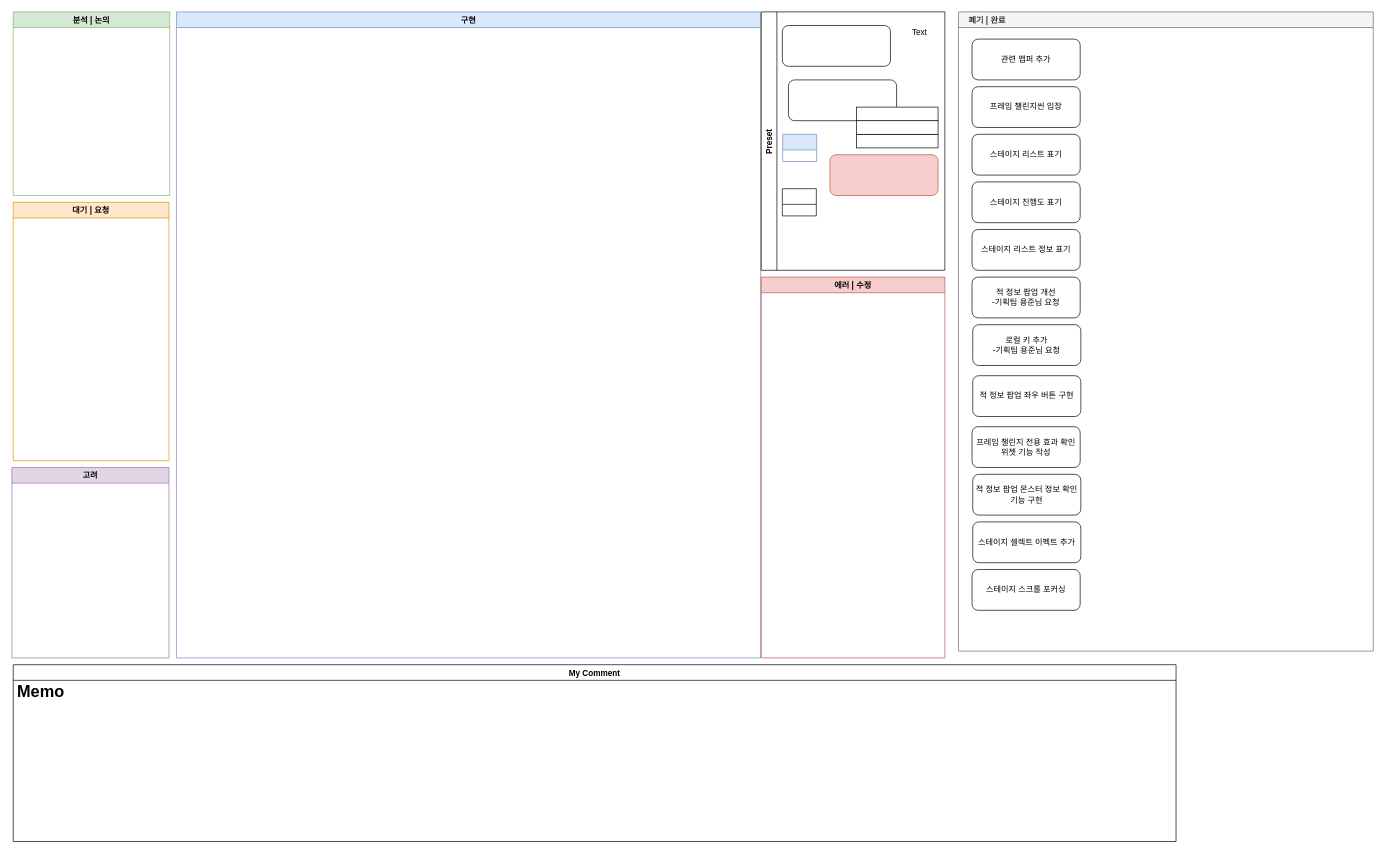
Earlier version of the draw.io diagram 로그라이트.drawio (Endorr/Job-Board). Source tidied: cells renumbered, new cells numbered last; positions are measured from the earlier drawing's top-left corner, leaving out a move shared by most shapes. Both pictures are drawn from the tidied source at 68%, with x=0, y=0 at pixel (12, 12).
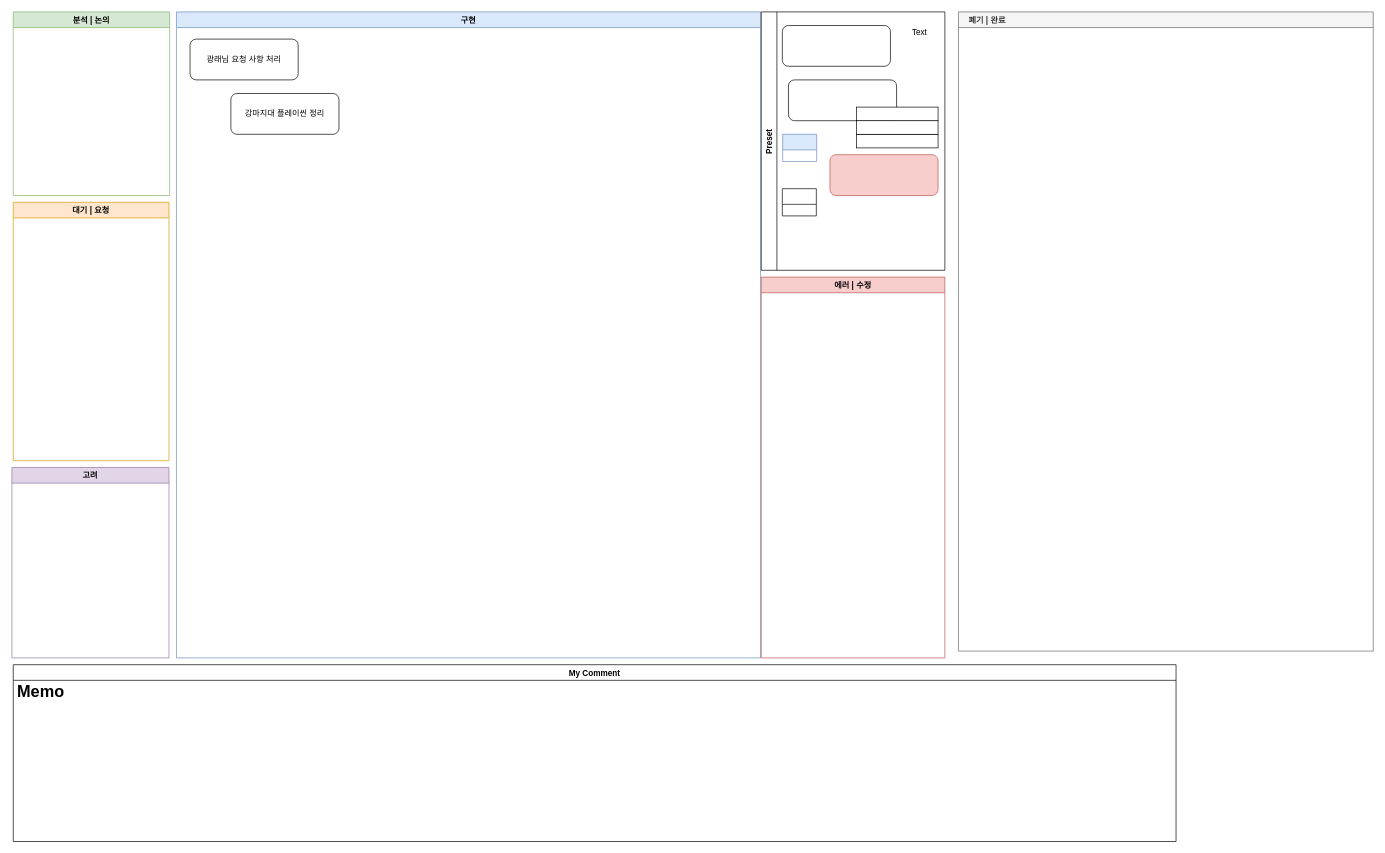
The same page after the edit.

Commit message:
로그라이트.drawio 업데이트

Unchanged cells that the change refers to:
```xml
<mxCell id="2" value="구현" style="swimlane;fillColor=#dae8fc;strokeColor=#6c8ebf;" parent="1" vertex="1">
  <mxGeometry x="242" width="859" height="950" as="geometry" />
</mxCell>
<mxCell id="5" value="    폐기 | 완료" style="swimlane;strokeColor=#666666;fillColor=#f5f5f5;fontColor=#333333;align=left;" parent="1" vertex="1">
  <mxGeometry x="1392" width="610" height="940" as="geometry" />
</mxCell>
```

What changed in the source:
```diff
@@
+    <mxCell id="33" value="광래님 요청 사항 처리" style="rounded=1;whiteSpace=wrap;html=1;" parent="2" vertex="1">
+      <mxGeometry x="20" y="40" width="159" height="60" as="geometry" />
+    </mxCell>
+    <mxCell id="34" value="강마지대 플레이씬 정리" style="rounded=1;whiteSpace=wrap;html=1;" parent="2" vertex="1">
+      <mxGeometry x="80" y="120" width="159" height="60" as="geometry" />
+    </mxCell>
@@
-    <mxCell id="6" value="프레임 챌린지씬 입장" style="rounded=1;whiteSpace=wrap;html=1;" parent="5" vertex="1">
-      <mxGeometry x="20" y="110" width="159" height="60" as="geometry" />
-    </mxCell>
-    <mxCell id="7" value="관련 맵퍼 추가" style="rounded=1;whiteSpace=wrap;html=1;" parent="5" vertex="1">
-      <mxGeometry x="20" y="40" width="159" height="60" as="geometry" />
-    </mxCell>
-    <mxCell id="8" value="스테이지 리스트 표기" style="rounded=1;whiteSpace=wrap;html=1;" parent="5" vertex="1">
-      <mxGeometry x="20" y="180" width="159" height="60" as="geometry" />
-    </mxCell>
-    <mxCell id="9" value="스테이지 진행도 표기" style="rounded=1;whiteSpace=wrap;html=1;" parent="5" vertex="1">
-      <mxGeometry x="20" y="250" width="159" height="60" as="geometry" />
-    </mxCell>
-    <mxCell id="10" value="스테이지 리스트 정보 표기" style="rounded=1;whiteSpace=wrap;html=1;" parent="5" vertex="1">
-      <mxGeometry x="20" y="320" width="159" height="60" as="geometry" />
-    </mxCell>
-    <mxCell id="11" value="적 정보 팝업 개선&lt;br&gt;-기획팀 용준님 요청" style="rounded=1;whiteSpace=wrap;html=1;" parent="5" vertex="1">
-      <mxGeometry x="20" y="390" width="159" height="60" as="geometry" />
-    </mxCell>
-    <mxCell id="12" value="로컬 키 추가&lt;br&gt;-기획팀 용준님 요청" style="rounded=1;whiteSpace=wrap;html=1;" parent="5" vertex="1">
-      <mxGeometry x="21" y="460" width="159" height="60" as="geometry" />
-    </mxCell>
-    <mxCell id="13" value="적 정보 팝업 좌우 버튼 구현" style="rounded=1;whiteSpace=wrap;html=1;" parent="5" vertex="1">
-      <mxGeometry x="21" y="535" width="159" height="60" as="geometry" />
-    </mxCell>
-    <mxCell id="14" value="프레임 챌린지 전용 효과 확인 위젯 기능 작성" style="rounded=1;whiteSpace=wrap;html=1;" parent="5" vertex="1">
-      <mxGeometry x="20" y="610" width="159" height="60" as="geometry" />
-    </mxCell>
-    <mxCell id="15" value="적 정보 팝업 몬스터 정보 확인 기능 구현" style="rounded=1;whiteSpace=wrap;html=1;" parent="5" vertex="1">
-      <mxGeometry x="21" y="680" width="159" height="60" as="geometry" />
-    </mxCell>
-    <mxCell id="16" value="스테이지 셀렉트 이펙트 추가" style="rounded=1;whiteSpace=wrap;html=1;" parent="5" vertex="1">
-      <mxGeometry x="21" y="750" width="159" height="60" as="geometry" />
-    </mxCell>
-    <mxCell id="17" value="스테이지 스크롤 포커싱" style="rounded=1;whiteSpace=wrap;html=1;" parent="5" vertex="1">
-      <mxGeometry x="20" y="820" width="159" height="60" as="geometry" />
-    </mxCell>
```
